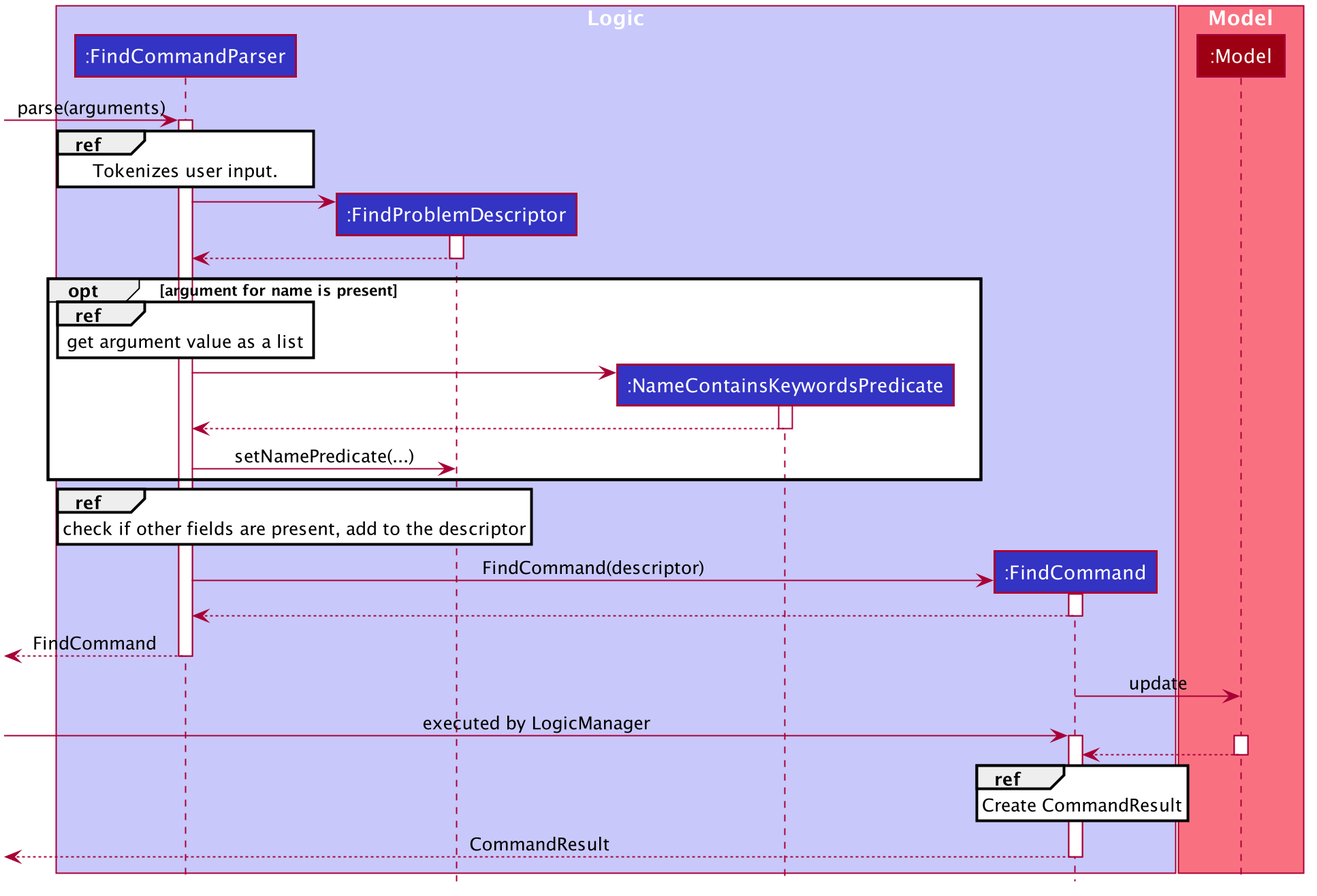
Earlier version of the PlantUML export docs/images/find/FindCommandSequenceDiagram.png (nus-cs2103-AY1920S1/addressbook-level3).
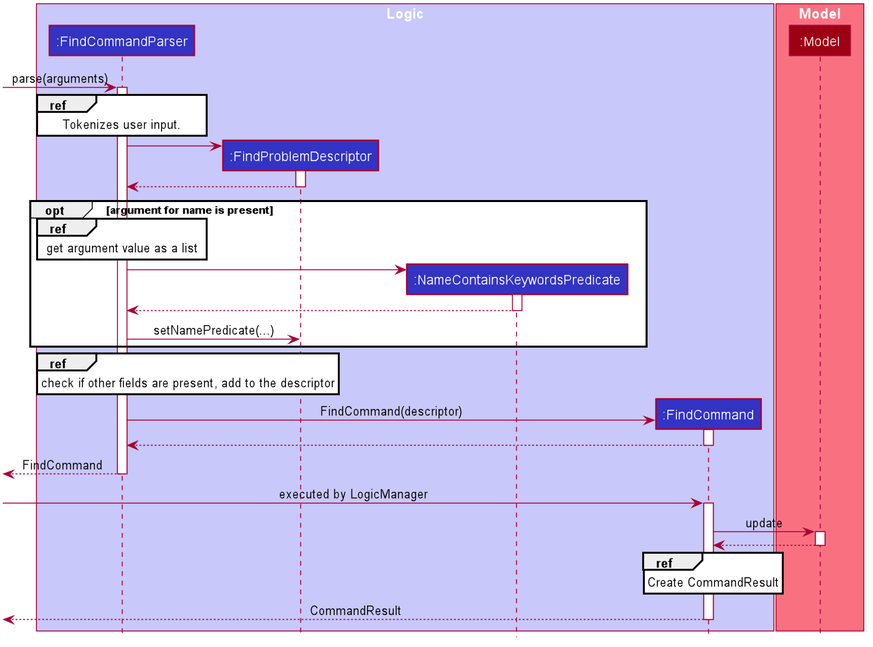
Above is the later version.

Commit message:
Add DG for save find rule feature also removed unused code in AddFindRuleCommandParser

Diff of the diagram source:
```diff
@@ -83,9 +83,9 @@
 
 box "Model" #F97181
 participant ":Model" as Model #9D0012
-FindCommand -> Model : update
 [-> FindCommand : executed by LogicManager
 activate FindCommand
+FindCommand -> Model : update
 activate Model
 Model --> FindCommand
 deactivate Model
```
